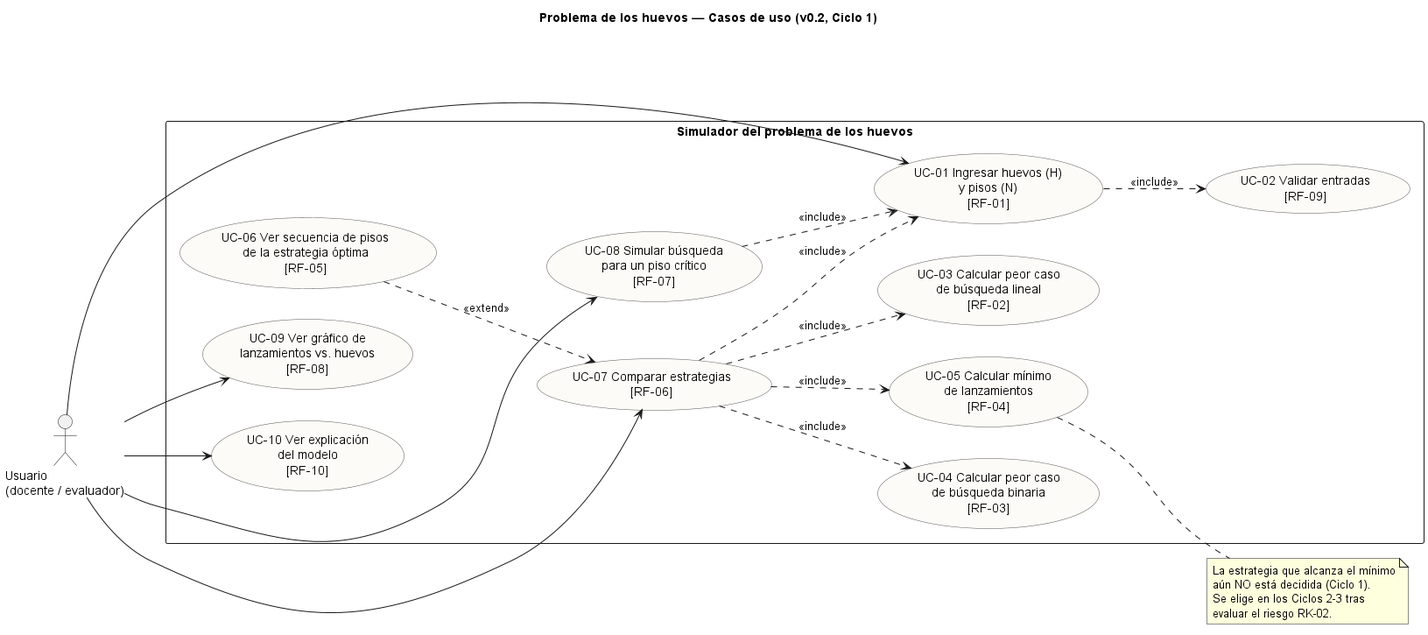
Therinbsv/Problema-huevos keeps this PlantUML diagram as diagramas/casos_uso.png. Above is the earlier version. Its diagram source:
```plantuml
@startuml casos_uso

title Problema de los huevos — Casos de uso (v0.2, Ciclo 1)
left to right direction
skinparam packageStyle rectangle
skinparam usecase {
  BackgroundColor #FDFBF7
  BorderColor #555555
}

actor "Usuario\n(docente / evaluador)" as U

rectangle "Simulador del problema de los huevos" {
  usecase "UC-01 Ingresar huevos (H)\ny pisos (N)\n[RF-01]" as UC01
  usecase "UC-02 Validar entradas\n[RF-09]" as UC02
  usecase "UC-03 Calcular peor caso\nde búsqueda lineal\n[RF-02]" as UC03
  usecase "UC-04 Calcular peor caso\nde búsqueda binaria\n[RF-03]" as UC04
  usecase "UC-05 Calcular mínimo\nde lanzamientos\n[RF-04]" as UC05
  usecase "UC-06 Ver secuencia de pisos\nde la estrategia óptima\n[RF-05]" as UC06
  usecase "UC-07 Comparar estrategias\n[RF-06]" as UC07
  usecase "UC-08 Simular búsqueda\npara un piso crítico\n[RF-07]" as UC08
  usecase "UC-09 Ver gráfico de\nlanzamientos vs. huevos\n[RF-08]" as UC09
  usecase "UC-10 Ver explicación\ndel modelo\n[RF-10]" as UC10
}

U --> UC01
U --> UC07
U --> UC08
U --> UC09
U --> UC10

UC01 ..> UC02 : <<include>>
UC07 ..> UC01 : <<include>>
UC07 ..> UC03 : <<include>>
UC07 ..> UC04 : <<include>>
UC07 ..> UC05 : <<include>>
UC06 ..> UC07 : <<extend>>
UC08 ..> UC01 : <<include>>

note right of UC05
  La estrategia que alcanza el mínimo
  aún NO está decidida (Ciclo 1).
  Se elige en los Ciclos 2-3 tras
  evaluar el riesgo RK-02.
end note

@enduml
```
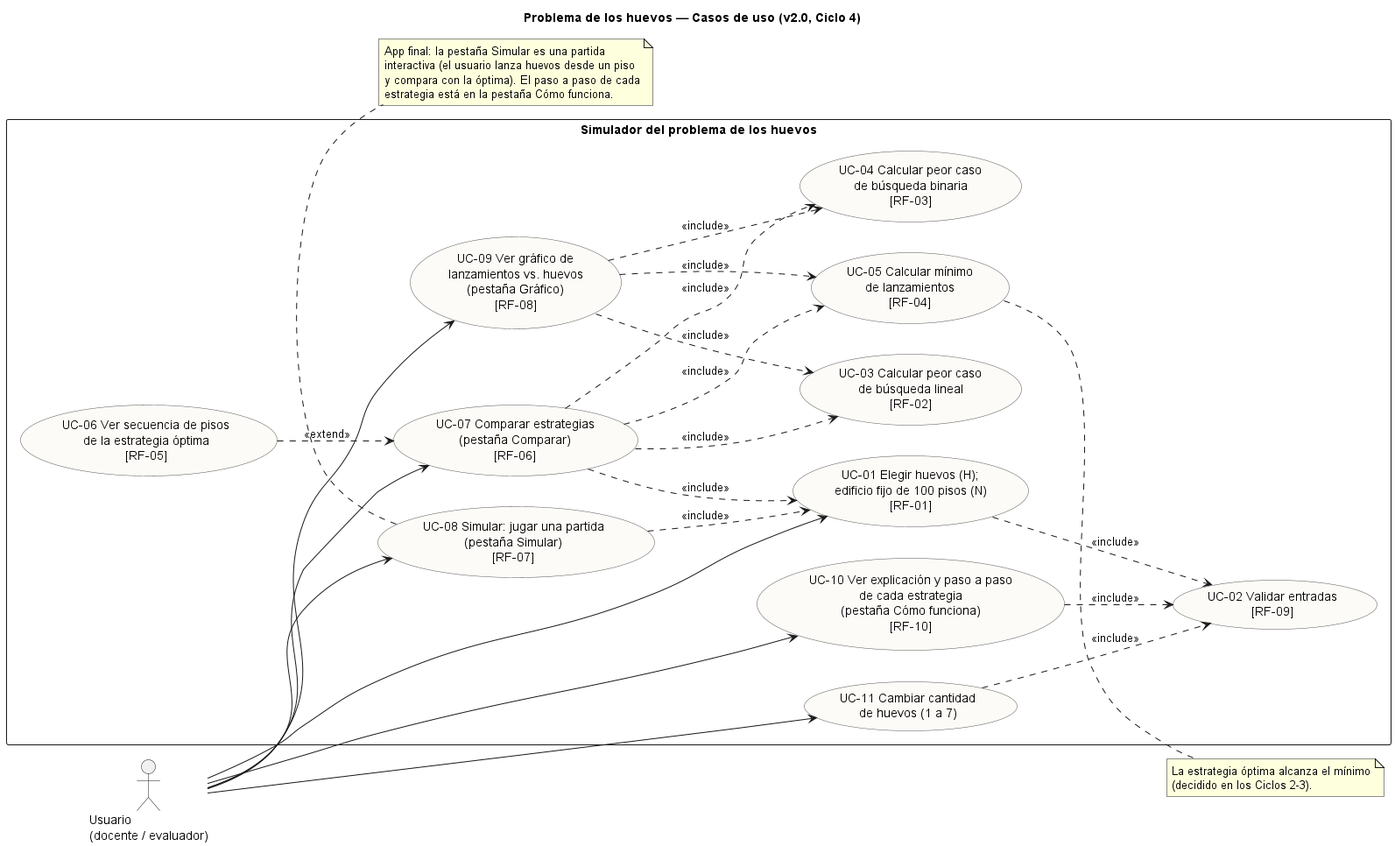
Later version of the same file.

Commit message:
HUEVO-30: actualiza diagramas de arquitectura final

Change to the diagram source:
```diff
@@ -1,6 +1,6 @@
 @startuml casos_uso
 
-title Problema de los huevos — Casos de uso (v0.2, Ciclo 1)
+title Problema de los huevos — Casos de uso (v2.0, Ciclo 4)
 left to right direction
 skinparam packageStyle rectangle
 skinparam usecase {
@@ -11,16 +11,17 @@
 actor "Usuario\n(docente / evaluador)" as U
 
 rectangle "Simulador del problema de los huevos" {
-  usecase "UC-01 Ingresar huevos (H)\ny pisos (N)\n[RF-01]" as UC01
+  usecase "UC-01 Elegir huevos (H);\nedificio fijo de 100 pisos (N)\n[RF-01]" as UC01
   usecase "UC-02 Validar entradas\n[RF-09]" as UC02
   usecase "UC-03 Calcular peor caso\nde búsqueda lineal\n[RF-02]" as UC03
   usecase "UC-04 Calcular peor caso\nde búsqueda binaria\n[RF-03]" as UC04
   usecase "UC-05 Calcular mínimo\nde lanzamientos\n[RF-04]" as UC05
   usecase "UC-06 Ver secuencia de pisos\nde la estrategia óptima\n[RF-05]" as UC06
-  usecase "UC-07 Comparar estrategias\n[RF-06]" as UC07
-  usecase "UC-08 Simular búsqueda\npara un piso crítico\n[RF-07]" as UC08
-  usecase "UC-09 Ver gráfico de\nlanzamientos vs. huevos\n[RF-08]" as UC09
-  usecase "UC-10 Ver explicación\ndel modelo\n[RF-10]" as UC10
+  usecase "UC-07 Comparar estrategias\n(pestaña Comparar)\n[RF-06]" as UC07
+  usecase "UC-08 Simular: jugar una partida\n(pestaña Simular)\n[RF-07]" as UC08
+  usecase "UC-09 Ver gráfico de\nlanzamientos vs. huevos\n(pestaña Gráfico)\n[RF-08]" as UC09
+  usecase "UC-10 Ver explicación y paso a paso\nde cada estrategia\n(pestaña Cómo funciona)\n[RF-10]" as UC10
+  usecase "UC-11 Cambiar cantidad\nde huevos (1 a 7)" as UC11
 }
 
 U --> UC01
@@ -28,6 +29,7 @@
 U --> UC08
 U --> UC09
 U --> UC10
+U --> UC11
 
 UC01 ..> UC02 : <<include>>
 UC07 ..> UC01 : <<include>>
@@ -36,12 +38,22 @@
 UC07 ..> UC05 : <<include>>
 UC06 ..> UC07 : <<extend>>
 UC08 ..> UC01 : <<include>>
+UC09 ..> UC03 : <<include>>
+UC09 ..> UC04 : <<include>>
+UC09 ..> UC05 : <<include>>
+UC10 ..> UC02 : <<include>>
+UC11 ..> UC02 : <<include>>
 
 note right of UC05
-  La estrategia que alcanza el mínimo
-  aún NO está decidida (Ciclo 1).
-  Se elige en los Ciclos 2-3 tras
-  evaluar el riesgo RK-02.
+  La estrategia óptima alcanza el mínimo
+  (decidido en los Ciclos 2-3).
+end note
+
+note bottom of UC08
+  App final: la pestaña Simular es una partida
+  interactiva (el usuario lanza huevos desde un piso
+  y compara con la óptima). El paso a paso de cada
+  estrategia está en la pestaña Cómo funciona.
 end note
 
 @enduml
```
